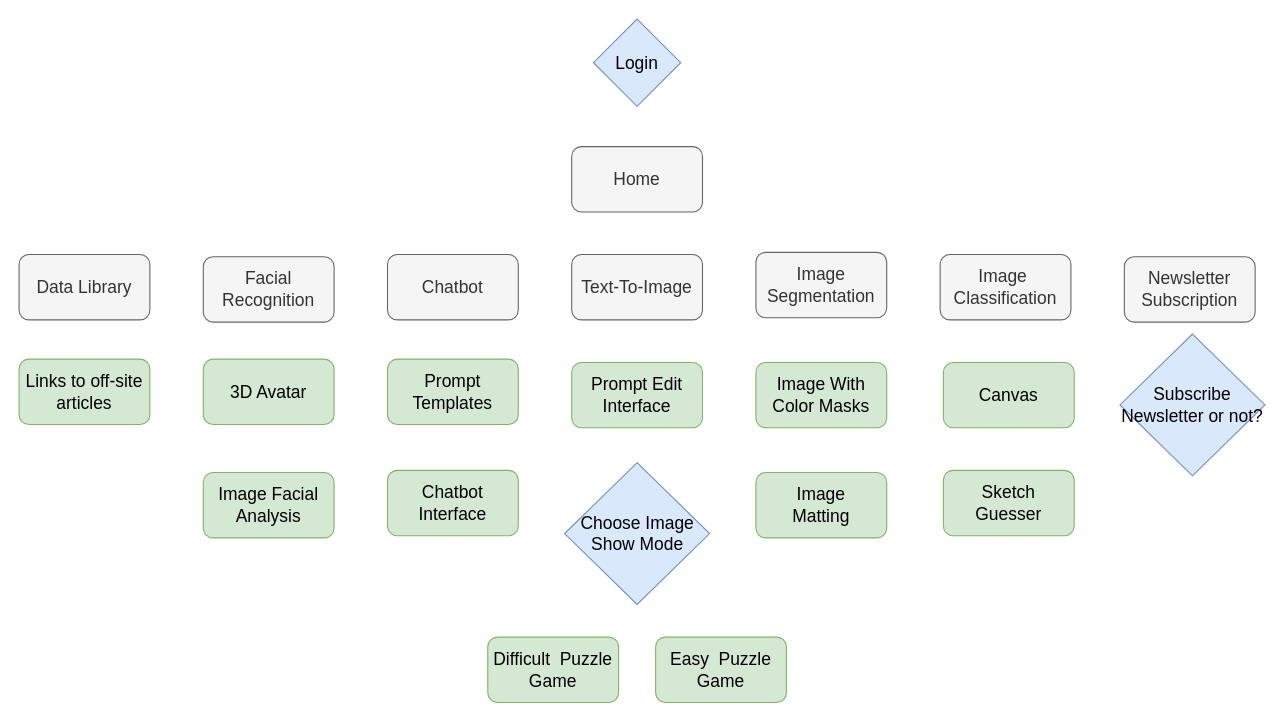
EricTsai83/drawio keeps this draw.io diagram as flow-chart.drawio. Above is the earlier version. Source tidied: cells renumbered, new cells numbered last; positions are measured from the earlier drawing's top-left corner, leaving out a move shared by most shapes. Both pictures are drawn from the tidied source at 109%, with x=0, y=0 at pixel (19, 19).
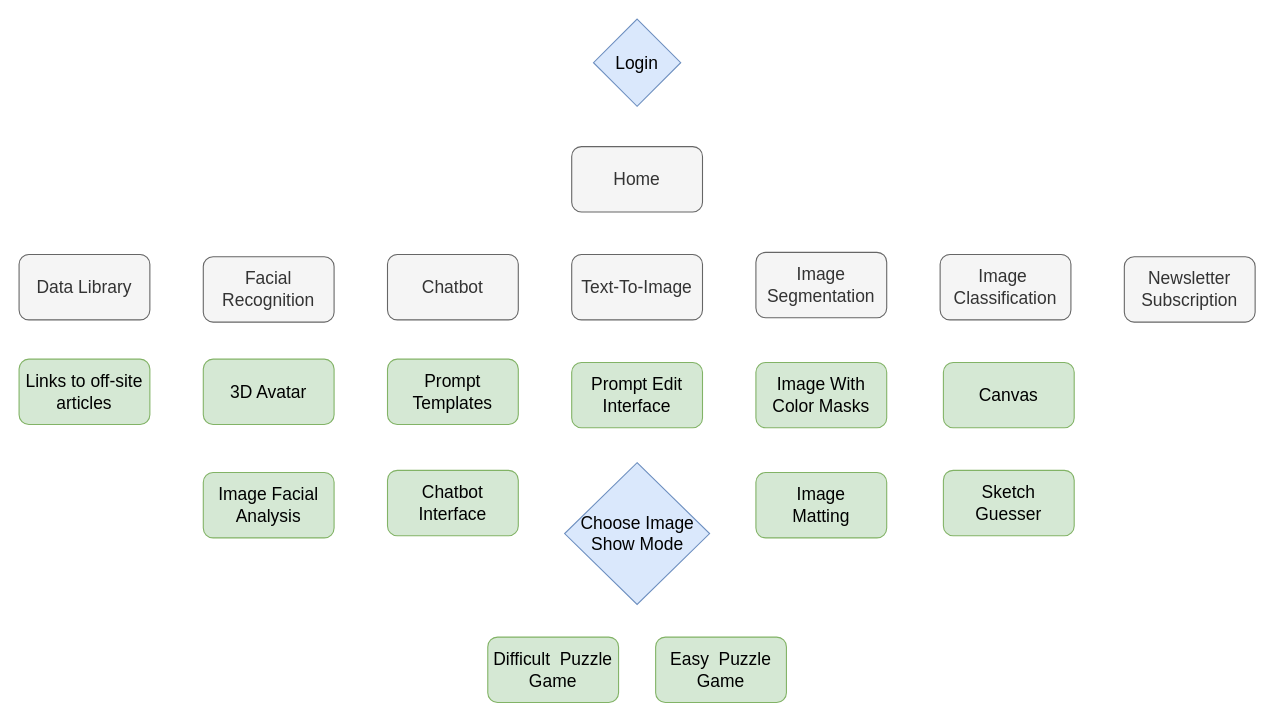
The same diagram, later.

The edit, as a diff of the source:
```diff
@@
-    <mxCell id="24" value="Subscribe Newsletter or not?" style="rhombus;whiteSpace=wrap;html=1;fontSize=16;fillColor=#dae8fc;strokeColor=#6c8ebf;rounded=0;" parent="1" vertex="1">
-      <mxGeometry x="1010" y="289" width="133" height="130" as="geometry" />
-    </mxCell>
```
